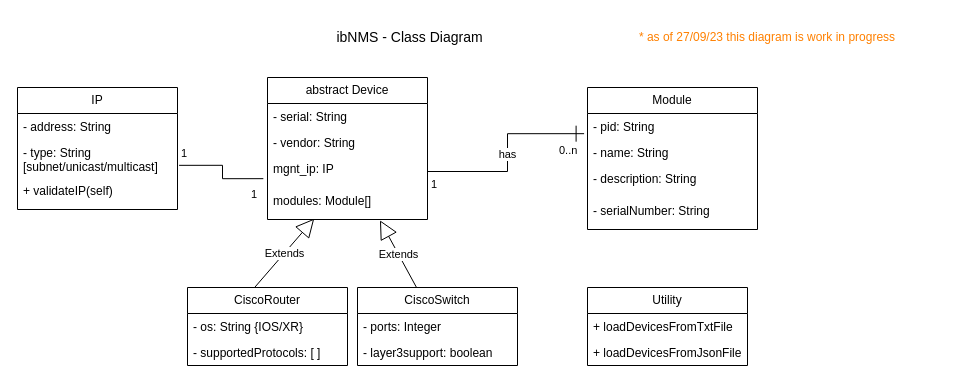
Above: page "ibNMS" (1 of 2) of class_diagram.drawio in shahzadqadir/ibnms (draw.io), before the change. Source tidied: cells renumbered, new cells numbered last; positions are measured from the earlier drawing's top-left corner, leaving out a move shared by most shapes. Both pictures are drawn from the tidied source at 100%, with x=0, y=0 at pixel (17, 17).
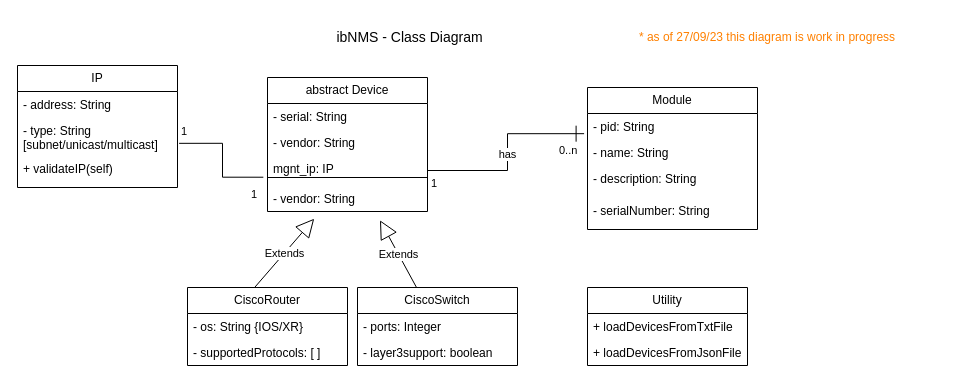
The same diagram, later.

Commit message (it also covers changes not shown here):
updated class diagram

Unchanged cells that the change refers to:
```xml
<mxCell id="21" value="CiscoRouter" style="swimlane;fontStyle=0;horizontal=1;startSize=26;fillColor=none;whiteSpace=wrap;html=1;" parent="1" vertex="1">
  <mxGeometry x="170" y="270" width="160" height="78" as="geometry" />
</mxCell>
<mxCell id="25" value="CiscoSwitch" style="swimlane;fontStyle=0;horizontal=1;startSize=26;fillColor=none;whiteSpace=wrap;html=1;" parent="1" vertex="1">
  <mxGeometry x="340" y="270" width="160" height="78" as="geometry" />
</mxCell>
```

What changed in the source:
```diff
@@
     <mxCell id="2" value="abstract Device" style="swimlane;fontStyle=0;horizontal=1;startSize=26;fillColor=none;whiteSpace=wrap;html=1;" parent="1" vertex="1">
-      <mxGeometry x="250" y="60" width="160" height="142" as="geometry" />
+      <mxGeometry x="250" y="60" width="160" height="134" as="geometry" />
     </mxCell>
@@
+    <mxCell id="34" style="endArrow=none;html=1;rounded=0;" parent="2" edge="1" target="5">
+      <mxGeometry relative="1" as="geometry">
+        <mxPoint y="100" as="sourcePoint" />
+        <Array as="points">
+          <mxPoint x="160" y="100" />
+        </Array>
+      </mxGeometry>
+    </mxCell>
@@
     <mxCell id="5" value="mgnt_ip: IP" style="text;strokeColor=none;fillColor=none;align=left;verticalAlign=top;spacingLeft=4;spacingRight=4;overflow=hidden;points=[[0,0.5],[1,0.5]];portConstraint=eastwest;whiteSpace=wrap;html=1;" parent="2" vertex="1">
-      <mxGeometry y="78" width="160" height="32" as="geometry" />
+      <mxGeometry y="78" width="160" height="30" as="geometry" />
     </mxCell>
-    <mxCell id="6" value="modules: Module[]" style="text;strokeColor=none;fillColor=none;align=left;verticalAlign=top;spacingLeft=4;spacingRight=4;overflow=hidden;points=[[0,0.5],[1,0.5]];portConstraint=eastwest;whiteSpace=wrap;html=1;" parent="2" vertex="1">
-      <mxGeometry y="110" width="160" height="32" as="geometry" />
-    </mxCell>
+    <mxCell id="35" value="- vendor: String" style="text;strokeColor=none;fillColor=none;align=left;verticalAlign=top;spacingLeft=4;spacingRight=4;overflow=hidden;whiteSpace=wrap;html=1;" parent="2" vertex="1">
+      <mxGeometry y="108" width="160" height="26" as="geometry" />
+    </mxCell>
@@
     <mxCell id="15" value="IP" style="swimlane;fontStyle=0;horizontal=1;startSize=26;fillColor=none;whiteSpace=wrap;html=1;" parent="1" vertex="1">
-      <mxGeometry y="70" width="160" height="122" as="geometry" />
+      <mxGeometry y="48" width="160" height="122" as="geometry" />
     </mxCell>
@@
-    <mxCell id="24" value="Extends" style="endArrow=block;endSize=16;endFill=0;html=1;rounded=0;exitX=0.422;exitY=-0.006;exitDx=0;exitDy=0;exitPerimeter=0;entryX=0.292;entryY=0.974;entryDx=0;entryDy=0;entryPerimeter=0;" parent="1" edge="1" source="21" target="6">
-      <mxGeometry relative="1" as="geometry" />
+    <mxCell id="24" value="Extends" style="endArrow=block;endSize=16;endFill=0;html=1;rounded=0;exitX=0.422;exitY=-0.006;exitDx=0;exitDy=0;exitPerimeter=0;entryX=0.292;entryY=0.974;entryDx=0;entryDy=0;entryPerimeter=0;" parent="1" edge="1" source="21">
+      <mxGeometry relative="1" as="geometry">
+        <mxPoint x="296.7" y="201.2" as="targetPoint" />
+      </mxGeometry>
     </mxCell>
@@
-    <mxCell id="28" value="Extends" style="endArrow=block;endSize=16;endFill=0;html=1;rounded=0;exitX=0.37;exitY=0.004;exitDx=0;exitDy=0;exitPerimeter=0;entryX=0.703;entryY=1.026;entryDx=0;entryDy=0;entryPerimeter=0;" parent="1" edge="1" source="25" target="6">
-      <mxGeometry relative="1" as="geometry" />
+    <mxCell id="28" value="Extends" style="endArrow=block;endSize=16;endFill=0;html=1;rounded=0;exitX=0.37;exitY=0.004;exitDx=0;exitDy=0;exitPerimeter=0;entryX=0.703;entryY=1.026;entryDx=0;entryDy=0;entryPerimeter=0;" parent="1" edge="1" source="25">
+      <mxGeometry relative="1" as="geometry">
+        <mxPoint x="362.5" y="202.8" as="targetPoint" />
+      </mxGeometry>
     </mxCell>
```
